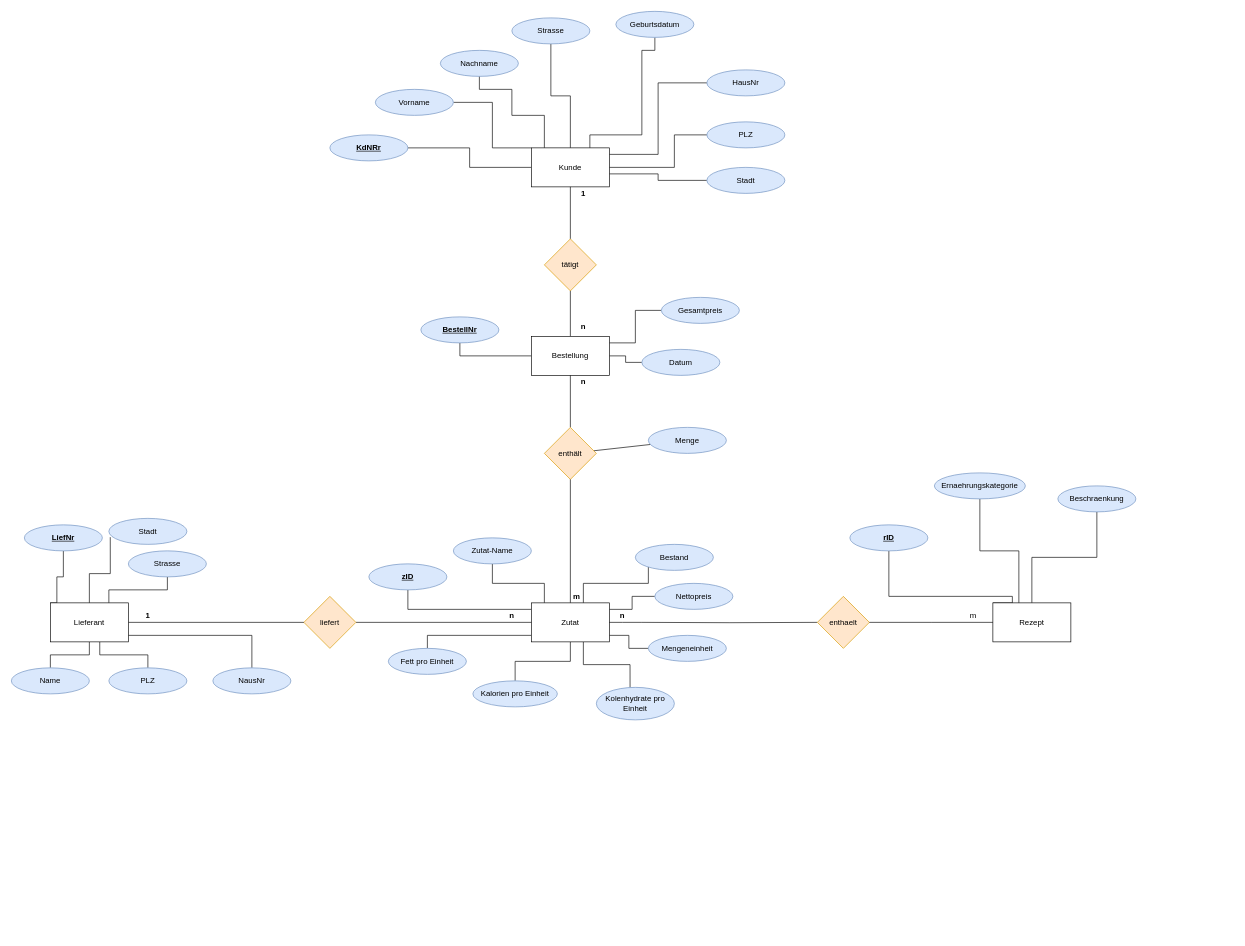
Earlier version of the draw.io diagram Ist-Zustand-ERD.drawio (AlexBrightwater/Kraut_und_Rueben). Source tidied: cells renumbered, new cells numbered last; positions are measured from the earlier drawing's top-left corner, leaving out a move shared by most shapes. Both pictures are drawn from the tidied source at 65%, with x=0, y=0 at pixel (11, 11).
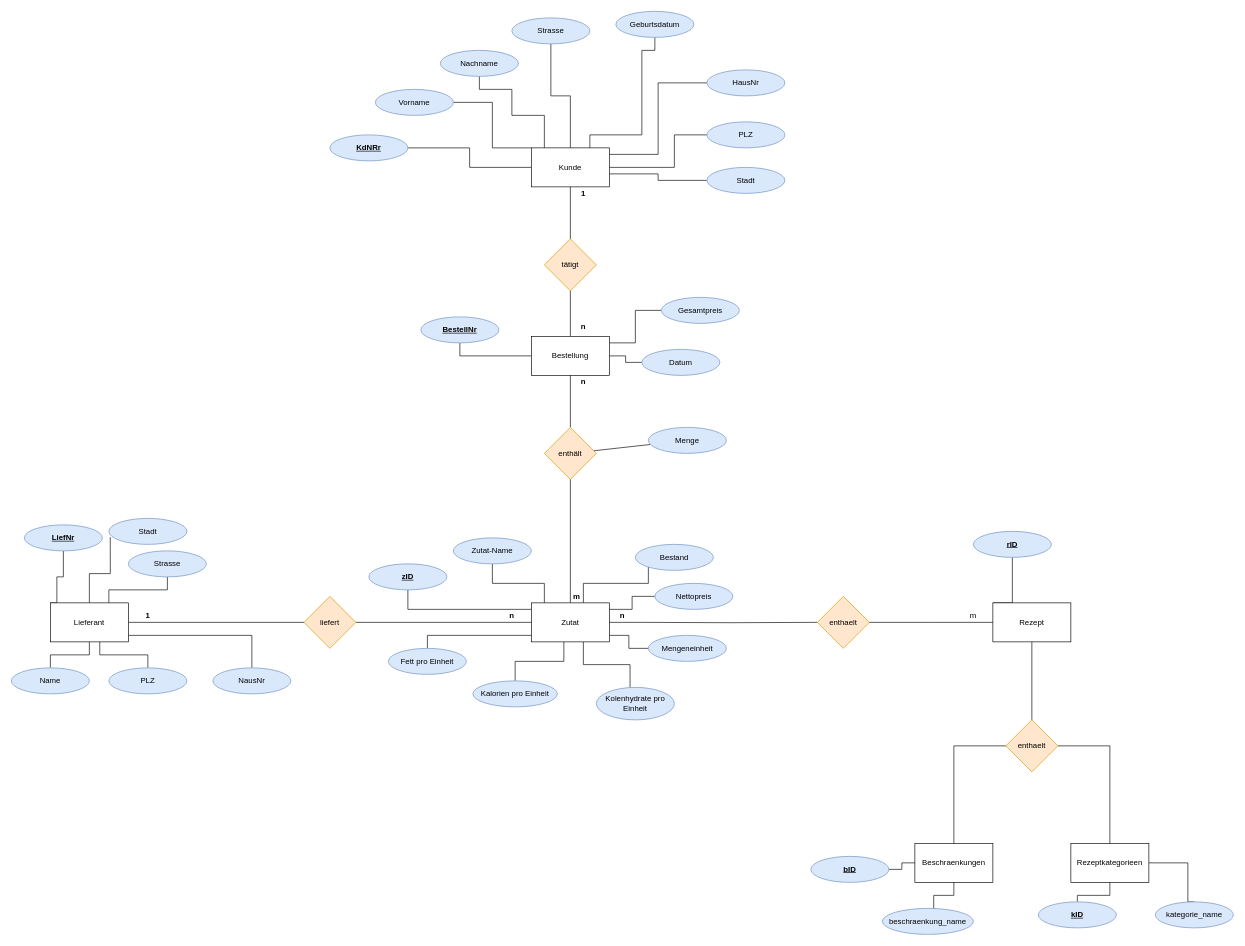
The same diagram, later.

Unchanged cells that the change refers to:
```xml
<mxCell id="31" value="Zutat" style="rounded=0;whiteSpace=wrap;html=1;" parent="1" vertex="1">
  <mxGeometry x="800" y="910" width="120" height="60" as="geometry" />
</mxCell>
<mxCell id="53" value="Kalorien pro Einheit" style="ellipse;whiteSpace=wrap;html=1;fillColor=#dae8fc;strokeColor=#6c8ebf;" parent="1" vertex="1">
  <mxGeometry x="710" y="1030" width="130" height="40" as="geometry" />
</mxCell>
<mxCell id="78" value="Rezept" style="rounded=0;whiteSpace=wrap;html=1;" parent="1" vertex="1">
  <mxGeometry x="1510" y="910" width="120" height="60" as="geometry" />
</mxCell>
```

Change to the diagram source:
```diff
@@
     <mxCell id="24" style="edgeStyle=orthogonalEdgeStyle;rounded=0;jettySize=auto;html=1;endArrow=none;endFill=0;" parent="1" edge="1" source="31" target="53">
-      <mxGeometry relative="1" as="geometry" />
+      <mxGeometry relative="1" as="geometry">
+        <Array as="points">
+          <mxPoint x="850" y="1000" />
+          <mxPoint x="775" y="1000" />
+        </Array>
+      </mxGeometry>
     </mxCell>
@@
-    <mxCell id="75" style="edgeStyle=orthogonalEdgeStyle;rounded=0;jettySize=auto;html=1;entryX=0.5;entryY=1;entryDx=0;entryDy=0;endArrow=none;endFill=0;strokeColor=default;" parent="1" edge="1" source="78" target="83">
-      <mxGeometry relative="1" as="geometry">
-        <Array as="points">
-          <mxPoint x="1550" y="830" />
-          <mxPoint x="1490" y="830" />
-        </Array>
-      </mxGeometry>
-    </mxCell>
-    <mxCell id="76" style="edgeStyle=orthogonalEdgeStyle;rounded=0;jettySize=auto;html=1;entryX=0.5;entryY=1;entryDx=0;entryDy=0;endArrow=none;endFill=0;strokeColor=default;" parent="1" edge="1" source="78" target="84">
-      <mxGeometry relative="1" as="geometry">
-        <Array as="points">
-          <mxPoint x="1570" y="840" />
-          <mxPoint x="1670" y="840" />
-        </Array>
-      </mxGeometry>
-    </mxCell>
     <mxCell id="77" style="edgeStyle=orthogonalEdgeStyle;rounded=0;jettySize=auto;html=1;entryX=0.5;entryY=1;entryDx=0;entryDy=0;endArrow=none;endFill=0;strokeColor=default;exitX=0;exitY=0;exitDx=0;exitDy=0;" parent="1" edge="1" source="78" target="85">
       <mxGeometry relative="1" as="geometry">
         <Array as="points">
           <mxPoint x="1540" y="910" />
-          <mxPoint x="1540" y="900" />
-          <mxPoint x="1350" y="900" />
         </Array>
       </mxGeometry>
     </mxCell>
+    <mxCell id="87" style="edgeStyle=orthogonalEdgeStyle;rounded=0;jettySize=auto;html=1;entryX=0.5;entryY=0;entryDx=0;entryDy=0;endArrow=none;endFill=0;" parent="1" edge="1" source="78" target="95">
+      <mxGeometry relative="1" as="geometry" />
+    </mxCell>
@@
-    <mxCell id="83" value="Ernaehrungskategorie" style="ellipse;whiteSpace=wrap;html=1;fillColor=#dae8fc;strokeColor=#6c8ebf;" parent="1" vertex="1">
-      <mxGeometry x="1420" y="710" width="140" height="40" as="geometry" />
-    </mxCell>
-    <mxCell id="84" value="Beschraenkung" style="ellipse;whiteSpace=wrap;html=1;fillColor=#dae8fc;strokeColor=#6c8ebf;" parent="1" vertex="1">
-      <mxGeometry x="1610" y="730" width="120" height="40" as="geometry" />
-    </mxCell>
     <mxCell id="85" value="&lt;b&gt;&lt;u&gt;rID&lt;/u&gt;&lt;/b&gt;" style="ellipse;whiteSpace=wrap;html=1;fillColor=#dae8fc;strokeColor=#6c8ebf;" parent="1" vertex="1">
-      <mxGeometry x="1290" y="790" width="120" height="40" as="geometry" />
+      <mxGeometry x="1480" y="800" width="120" height="40" as="geometry" />
     </mxCell>
@@
+    <mxCell id="88" style="edgeStyle=orthogonalEdgeStyle;rounded=0;jettySize=auto;html=1;entryX=0.564;entryY=0.15;entryDx=0;entryDy=0;entryPerimeter=0;endArrow=none;endFill=0;" parent="1" edge="1" source="89" target="98">
+      <mxGeometry relative="1" as="geometry" />
+    </mxCell>
+    <mxCell id="89" value="Beschraenkungen" style="rounded=0;whiteSpace=wrap;html=1;" parent="1" vertex="1">
+      <mxGeometry x="1390" y="1280" width="120" height="60" as="geometry" />
+    </mxCell>
+    <mxCell id="90" style="edgeStyle=orthogonalEdgeStyle;rounded=0;jettySize=auto;html=1;entryX=0.5;entryY=0;entryDx=0;entryDy=0;endArrow=none;endFill=0;" parent="1" edge="1" source="92" target="99">
+      <mxGeometry relative="1" as="geometry" />
+    </mxCell>
+    <mxCell id="91" style="edgeStyle=orthogonalEdgeStyle;rounded=0;jettySize=auto;html=1;entryX=0.5;entryY=0;entryDx=0;entryDy=0;endArrow=none;endFill=0;exitX=1;exitY=0.5;exitDx=0;exitDy=0;" parent="1" edge="1" source="92" target="100">
+      <mxGeometry relative="1" as="geometry">
+        <Array as="points">
+          <mxPoint x="1810" y="1310" />
+        </Array>
+      </mxGeometry>
+    </mxCell>
+    <mxCell id="92" value="Rezeptkategorieen" style="rounded=0;whiteSpace=wrap;html=1;" parent="1" vertex="1">
+      <mxGeometry x="1630" y="1280" width="120" height="60" as="geometry" />
+    </mxCell>
+    <mxCell id="93" style="edgeStyle=orthogonalEdgeStyle;rounded=0;jettySize=auto;html=1;entryX=0.5;entryY=0;entryDx=0;entryDy=0;endArrow=none;endFill=0;" parent="1" edge="1" source="95" target="89">
+      <mxGeometry relative="1" as="geometry" />
+    </mxCell>
+    <mxCell id="94" style="edgeStyle=orthogonalEdgeStyle;rounded=0;jettySize=auto;html=1;entryX=0.5;entryY=0;entryDx=0;entryDy=0;endArrow=none;endFill=0;" parent="1" edge="1" source="95" target="92">
+      <mxGeometry relative="1" as="geometry" />
+    </mxCell>
+    <mxCell id="95" value="enthaelt" style="rhombus;whiteSpace=wrap;html=1;fillColor=#ffe6cc;strokeColor=#d79b00;" parent="1" vertex="1">
+      <mxGeometry x="1530" y="1090" width="80" height="80" as="geometry" />
+    </mxCell>
+    <mxCell id="96" style="edgeStyle=orthogonalEdgeStyle;rounded=0;jettySize=auto;html=1;endArrow=none;endFill=0;" parent="1" edge="1" source="97" target="89">
+      <mxGeometry relative="1" as="geometry" />
+    </mxCell>
+    <mxCell id="97" value="&lt;b&gt;&lt;u&gt;bID&lt;/u&gt;&lt;/b&gt;" style="ellipse;whiteSpace=wrap;html=1;fillColor=#dae8fc;strokeColor=#6c8ebf;" parent="1" vertex="1">
+      <mxGeometry x="1230" y="1300" width="120" height="40" as="geometry" />
+    </mxCell>
+    <mxCell id="98" value="beschraenkung_name" style="ellipse;whiteSpace=wrap;html=1;fillColor=#dae8fc;strokeColor=#6c8ebf;" parent="1" vertex="1">
+      <mxGeometry x="1340" y="1380" width="140" height="40" as="geometry" />
+    </mxCell>
+    <mxCell id="99" value="&lt;b&gt;&lt;u&gt;kID&lt;/u&gt;&lt;/b&gt;" style="ellipse;whiteSpace=wrap;html=1;fillColor=#dae8fc;strokeColor=#6c8ebf;" parent="1" vertex="1">
+      <mxGeometry x="1580" y="1370" width="120" height="40" as="geometry" />
+    </mxCell>
+    <mxCell id="100" value="kategorie_name" style="ellipse;whiteSpace=wrap;html=1;fillColor=#dae8fc;strokeColor=#6c8ebf;" parent="1" vertex="1">
+      <mxGeometry x="1760" y="1370" width="120" height="40" as="geometry" />
+    </mxCell>
```
